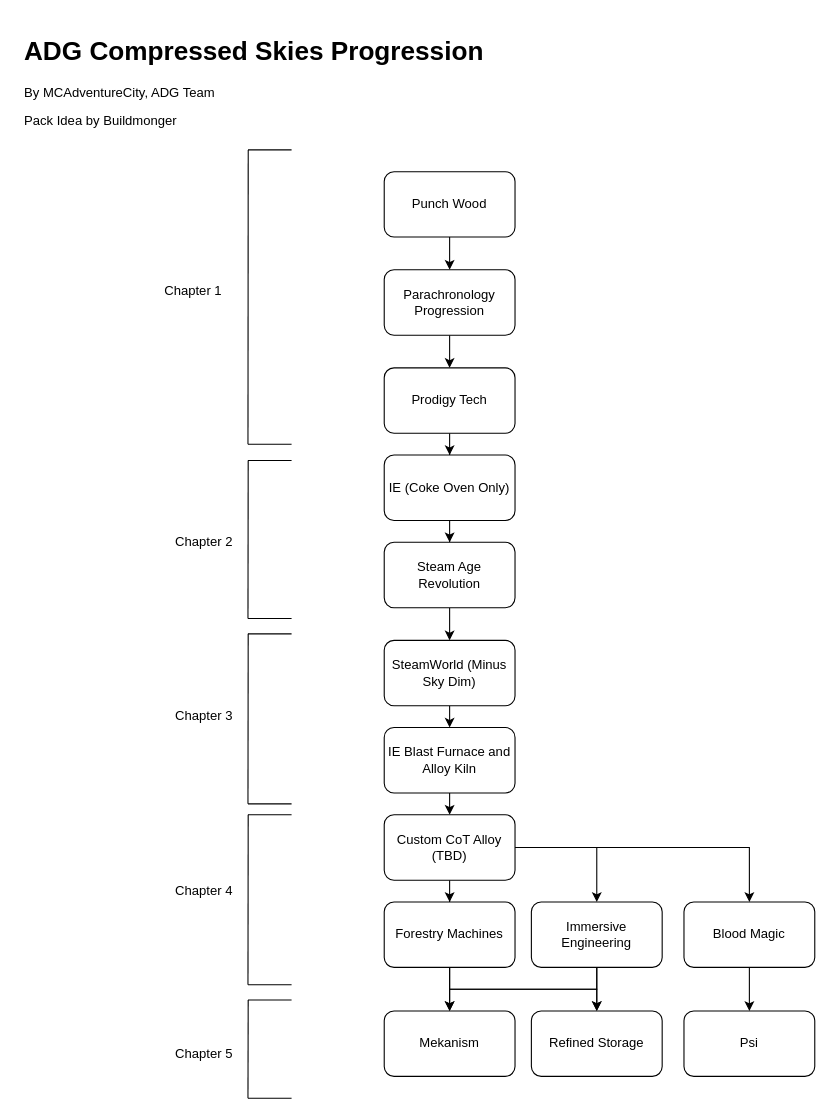
This is CompSkies.drawio from asylumdevgroup/Compressed-Skies, a draw.io file, before an edit. Source tidied: cells renumbered, new cells numbered last; positions are measured from the earlier drawing's top-left corner, leaving out a move shared by most shapes. Both pictures are drawn from the tidied source at 109%, with x=0, y=0 at pixel (19, 29).
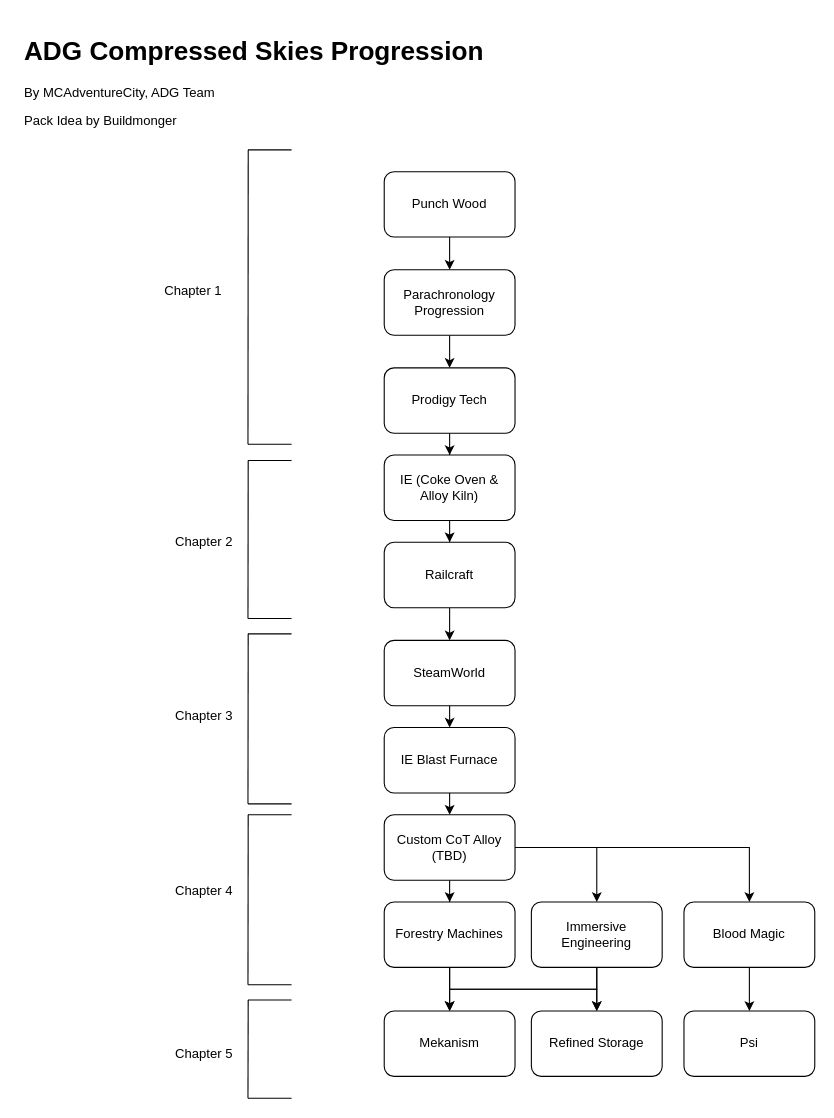
The same page after the edit.

Diff of the diagram source:
```diff
@@
-    <mxCell id="10" value="IE (Coke Oven Only)" style="rounded=1;whiteSpace=wrap;html=1;" parent="1" vertex="1">
+    <mxCell id="10" value="IE (Coke Oven &amp;amp; Alloy Kiln)" style="rounded=1;whiteSpace=wrap;html=1;" parent="1" vertex="1">
       <mxGeometry x="335" y="390" width="120" height="60" as="geometry" />
     </mxCell>
@@
-    <mxCell id="16" value="Steam Age Revolution" style="rounded=1;whiteSpace=wrap;html=1;" parent="1" vertex="1">
+    <mxCell id="16" value="Railcraft" style="rounded=1;whiteSpace=wrap;html=1;" parent="1" vertex="1">
       <mxGeometry x="335" y="470" width="120" height="60" as="geometry" />
     </mxCell>
@@
-    <mxCell id="18" value="SteamWorld (Minus Sky Dim)" style="rounded=1;whiteSpace=wrap;html=1;" parent="1" vertex="1">
+    <mxCell id="18" value="SteamWorld" style="rounded=1;whiteSpace=wrap;html=1;" parent="1" vertex="1">
       <mxGeometry x="335" y="560" width="120" height="60" as="geometry" />
     </mxCell>
@@
-    <mxCell id="20" value="IE Blast Furnace and Alloy Kiln" style="rounded=1;whiteSpace=wrap;html=1;" parent="1" vertex="1">
+    <mxCell id="20" value="IE Blast Furnace" style="rounded=1;whiteSpace=wrap;html=1;" parent="1" vertex="1">
       <mxGeometry x="335" y="640" width="120" height="60" as="geometry" />
     </mxCell>
```
